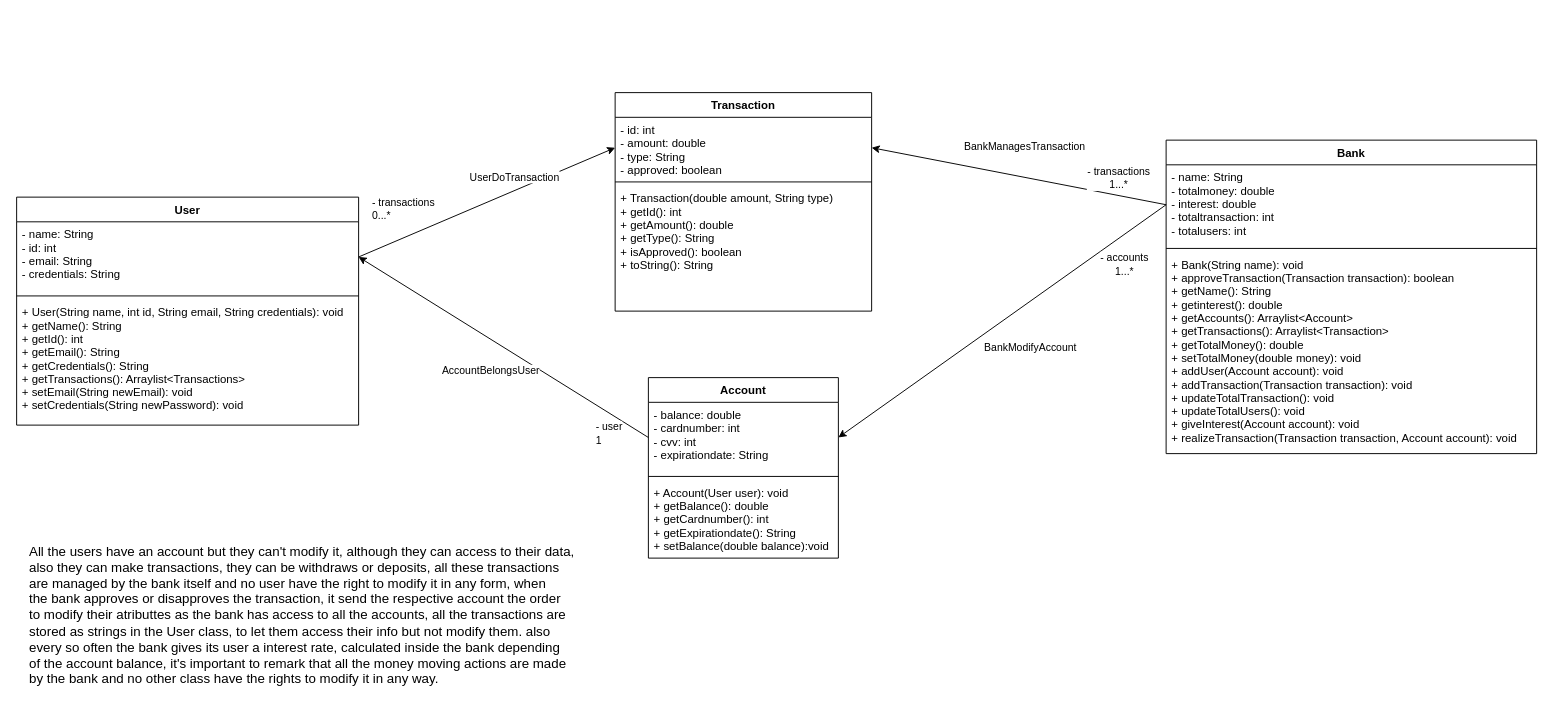
Earlier version of the draw.io diagram Week5/Quiz/Quiz4.drawio (Julian-Florez/OOP-Project). Source tidied: cells renumbered, new cells numbered last; positions are measured from the earlier drawing's top-left corner, leaving out a move shared by most shapes. Both pictures are drawn from the tidied source at 95%, with x=0, y=0 at pixel (16, 92).
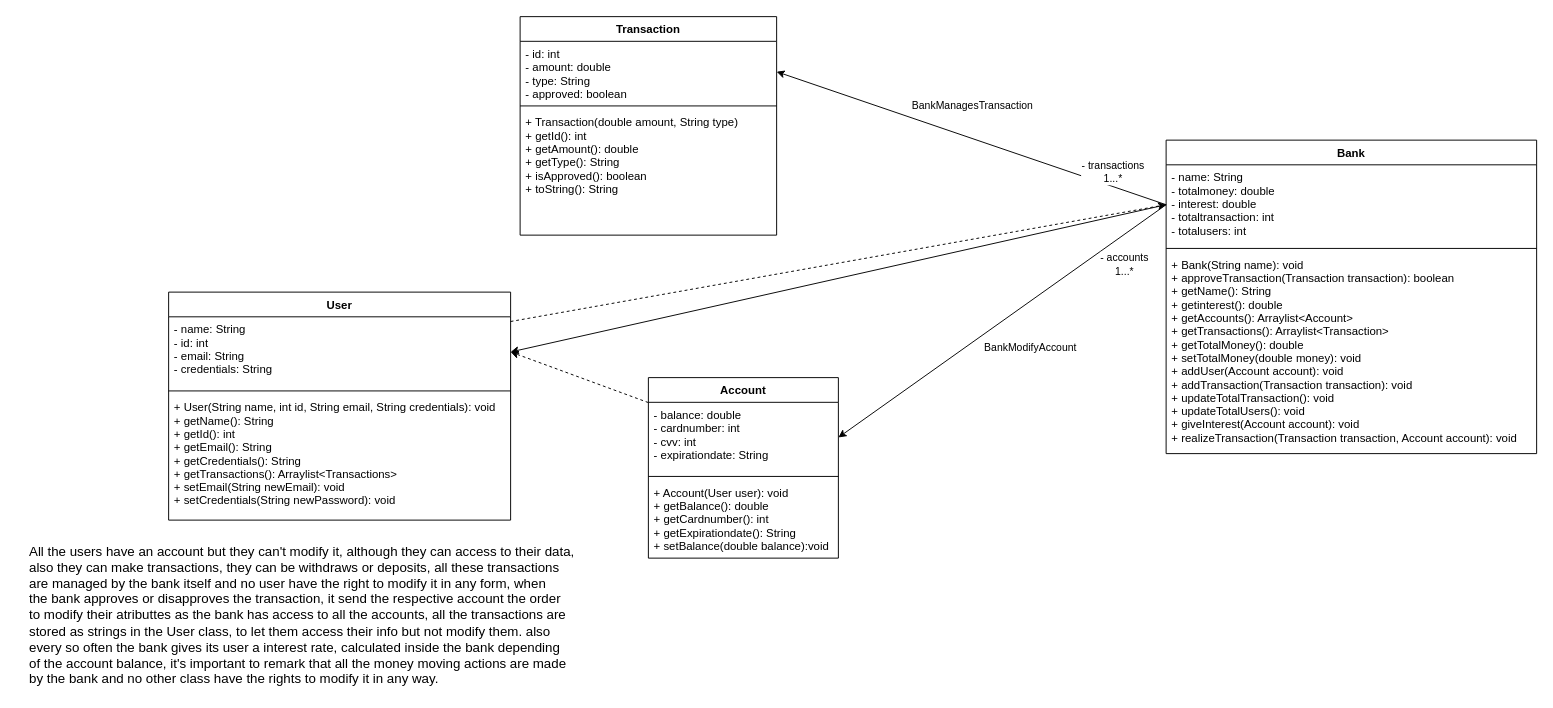
After the change.

Unchanged cells that the change refers to:
```xml
<mxCell id="3" value="- name: String&#10;- id: int&#10;- email: String&#10;- credentials: String" style="text;strokeColor=none;fillColor=none;align=left;verticalAlign=top;spacingLeft=4;spacingRight=4;overflow=hidden;points=[[0,0.5],[1,0.5]];portConstraint=eastwest;" parent="2" vertex="1">
  <mxGeometry y="26" width="360" height="74" as="geometry" />
</mxCell>
<mxCell id="7" value="- balance: double&#10;- cardnumber: int&#10;- cvv: int&#10;- expirationdate: String" style="text;strokeColor=none;fillColor=none;align=left;verticalAlign=top;spacingLeft=4;spacingRight=4;overflow=hidden;points=[[0,0.5],[1,0.5]];portConstraint=eastwest;" parent="6" vertex="1">
  <mxGeometry y="26" width="200" height="74" as="geometry" />
</mxCell>
<mxCell id="17" value="- name: String&#10;- totalmoney: double&#10;- interest: double&#10;- totaltransaction: int&#10;- totalusers: int" style="text;strokeColor=none;fillColor=none;align=left;verticalAlign=top;spacingLeft=4;spacingRight=4;overflow=hidden;points=[[0,0.5],[1,0.5]];portConstraint=eastwest;" parent="16" vertex="1">
  <mxGeometry y="26" width="390" height="84" as="geometry" />
</mxCell>
<mxCell id="21" value="- id: int&#10;- amount: double&#10;- type: String&#10;- approved: boolean" style="text;strokeColor=none;fillColor=none;align=left;verticalAlign=top;spacingLeft=4;spacingRight=4;overflow=hidden;points=[[0,0.5],[1,0.5]];portConstraint=eastwest;" parent="20" vertex="1">
  <mxGeometry y="26" width="270" height="64" as="geometry" />
</mxCell>
```

Diff of the diagram source:
```diff
@@
     <mxCell id="2" value="User" style="swimlane;fontStyle=1;align=center;verticalAlign=top;horizontal=1;startSize=26;" parent="1" vertex="1">
-      <mxGeometry y="110" width="360" height="240" as="geometry" />
+      <mxGeometry x="160" y="210" width="360" height="240" as="geometry" />
     </mxCell>
@@
     <mxCell id="20" value="Transaction" style="swimlane;fontStyle=1;align=center;verticalAlign=top;horizontal=1;startSize=26;" parent="1" vertex="1">
-      <mxGeometry x="630" width="270" height="230" as="geometry" />
+      <mxGeometry x="530" y="-80" width="270" height="230" as="geometry" />
     </mxCell>
@@
-    <mxCell id="24" style="edgeStyle=none;html=1;entryX=0;entryY=0.5;entryDx=0;entryDy=0;exitX=1;exitY=0.5;exitDx=0;exitDy=0;" parent="1" edge="1" source="3" target="21">
-      <mxGeometry relative="1" as="geometry" />
-    </mxCell>
-    <mxCell id="25" value="UserDoTransaction" style="edgeLabel;html=1;align=center;verticalAlign=middle;" parent="24" vertex="1">
-      <mxGeometry x="-0.15" relative="1" as="geometry">
-        <mxPoint x="48" y="-36" as="offset" />
-      </mxGeometry>
-    </mxCell>
-    <mxCell id="26" value="- transactions&lt;br&gt;&lt;div style=&quot;text-align: left;&quot;&gt;0...*&lt;/div&gt;" style="edgeLabel;html=1;align=center;verticalAlign=middle;" parent="24" vertex="1">
-      <mxGeometry x="-0.71" y="1" relative="1" as="geometry">
-        <mxPoint x="7" y="-33" as="offset" />
-      </mxGeometry>
-    </mxCell>
+    <mxCell id="30" value="&lt;div style=&quot;text-align: justify;&quot;&gt;&lt;span style=&quot;font-size: 14px; background-color: initial;&quot;&gt;All the users have an account but they can't modify it, although they can access to their data,&lt;/span&gt;&lt;/div&gt;&lt;font style=&quot;font-size: 14px;&quot;&gt;&lt;div style=&quot;text-align: justify;&quot;&gt;&lt;span style=&quot;background-color: initial;&quot;&gt;also they can make transactions, they can be withdraws or deposits, all these transactions&lt;/span&gt;&lt;/div&gt;&lt;div style=&quot;text-align: justify;&quot;&gt;&lt;span style=&quot;background-color: initial;&quot;&gt;are managed by the bank itself and no user have the right to modify it in any form, when&lt;/span&gt;&lt;/div&gt;&lt;div style=&quot;text-align: justify;&quot;&gt;&lt;span style=&quot;background-color: initial;&quot;&gt;the bank approves or disapproves the transaction, it send the respective account the order&lt;/span&gt;&lt;/div&gt;&lt;div style=&quot;text-align: justify;&quot;&gt;&lt;span style=&quot;background-color: initial;&quot;&gt;to modify their atributtes as the bank has access to all the accounts, all the transactions are&amp;nbsp;&lt;/span&gt;&lt;/div&gt;&lt;div style=&quot;text-align: justify;&quot;&gt;&lt;span style=&quot;background-color: initial;&quot;&gt;stored as strings in the User class, to let them access their info but not modify them. also&amp;nbsp;&lt;/span&gt;&lt;/div&gt;&lt;div style=&quot;text-align: justify;&quot;&gt;&lt;span style=&quot;background-color: initial;&quot;&gt;every so often&lt;/span&gt;&lt;span style=&quot;background-color: initial;&quot;&gt;&amp;nbsp;&lt;/span&gt;&lt;span style=&quot;background-color: initial;&quot;&gt;the bank gives its user a interest rate, calculated inside the bank depending&amp;nbsp;&lt;/span&gt;&lt;/div&gt;&lt;div style=&quot;text-align: justify;&quot;&gt;&lt;span style=&quot;background-color: initial;&quot;&gt;of the account&amp;nbsp;&lt;/span&gt;&lt;span style=&quot;background-color: initial;&quot;&gt;balance, it's important to remark that all the money moving actions are made&amp;nbsp;&lt;/span&gt;&lt;/div&gt;&lt;div style=&quot;text-align: justify;&quot;&gt;&lt;span style=&quot;background-color: initial;&quot;&gt;by the bank&amp;nbsp;&lt;/span&gt;&lt;span style=&quot;background-color: initial;&quot;&gt;and no other class have the rights to modify it in any way.&lt;/span&gt;&lt;/div&gt;&lt;/font&gt;" style="text;html=1;align=center;verticalAlign=middle;strokeColor=none;fillColor=none;" parent="1" vertex="1">
+      <mxGeometry y="470" width="600" height="160" as="geometry" />
+    </mxCell>
+    <mxCell id="31" style="edgeStyle=none;html=1;dashed=1;entryX=0;entryY=0.5;entryDx=0;entryDy=0;" parent="1" edge="1" source="3" target="17">
+      <mxGeometry relative="1" as="geometry" />
+    </mxCell>
+    <mxCell id="32" style="edgeStyle=none;html=1;entryX=1;entryY=0.5;entryDx=0;entryDy=0;exitX=0;exitY=0.5;exitDx=0;exitDy=0;" parent="1" edge="1" source="17" target="3">
+      <mxGeometry relative="1" as="geometry" />
+    </mxCell>
-    <mxCell id="27" style="edgeStyle=none;html=1;entryX=1;entryY=0.5;entryDx=0;entryDy=0;exitX=0;exitY=0.5;exitDx=0;exitDy=0;" parent="1" edge="1" source="7" target="3">
+    <mxCell id="27" style="edgeStyle=none;html=1;entryX=1;entryY=0.5;entryDx=0;entryDy=0;dashed=1;" parent="1" edge="1" source="7" target="3">
       <mxGeometry relative="1" as="geometry" />
     </mxCell>
-    <mxCell id="28" value="AccountBelongsUser" style="edgeLabel;html=1;align=center;verticalAlign=middle;" parent="27" vertex="1">
-      <mxGeometry y="2" relative="1" as="geometry">
-        <mxPoint x="-13" y="23" as="offset" />
-      </mxGeometry>
-    </mxCell>
-    <mxCell id="29" value="- user&lt;br&gt;1" style="edgeLabel;html=1;align=left;verticalAlign=middle;" parent="27" vertex="1">
-      <mxGeometry x="-0.79" y="-1" relative="1" as="geometry">
-        <mxPoint x="-25" y="16" as="offset" />
-      </mxGeometry>
-    </mxCell>
-    <mxCell id="30" value="&lt;div style=&quot;text-align: justify;&quot;&gt;&lt;span style=&quot;font-size: 14px; background-color: initial;&quot;&gt;All the users have an account but they can't modify it, although they can access to their data,&lt;/span&gt;&lt;/div&gt;&lt;font style=&quot;font-size: 14px;&quot;&gt;&lt;div style=&quot;text-align: justify;&quot;&gt;&lt;span style=&quot;background-color: initial;&quot;&gt;also they can make transactions, they can be withdraws or deposits, all these transactions&lt;/span&gt;&lt;/div&gt;&lt;div style=&quot;text-align: justify;&quot;&gt;&lt;span style=&quot;background-color: initial;&quot;&gt;are managed by the bank itself and no user have the right to modify it in any form, when&lt;/span&gt;&lt;/div&gt;&lt;div style=&quot;text-align: justify;&quot;&gt;&lt;span style=&quot;background-color: initial;&quot;&gt;the bank approves or disapproves the transaction, it send the respective account the order&lt;/span&gt;&lt;/div&gt;&lt;div style=&quot;text-align: justify;&quot;&gt;&lt;span style=&quot;background-color: initial;&quot;&gt;to modify their atributtes as the bank has access to all the accounts, all the transactions are&amp;nbsp;&lt;/span&gt;&lt;/div&gt;&lt;div style=&quot;text-align: justify;&quot;&gt;&lt;span style=&quot;background-color: initial;&quot;&gt;stored as strings in the User class, to let them access their info but not modify them. also&amp;nbsp;&lt;/span&gt;&lt;/div&gt;&lt;div style=&quot;text-align: justify;&quot;&gt;&lt;span style=&quot;background-color: initial;&quot;&gt;every so often&lt;/span&gt;&lt;span style=&quot;background-color: initial;&quot;&gt;&amp;nbsp;&lt;/span&gt;&lt;span style=&quot;background-color: initial;&quot;&gt;the bank gives its user a interest rate, calculated inside the bank depending&amp;nbsp;&lt;/span&gt;&lt;/div&gt;&lt;div style=&quot;text-align: justify;&quot;&gt;&lt;span style=&quot;background-color: initial;&quot;&gt;of the account&amp;nbsp;&lt;/span&gt;&lt;span style=&quot;background-color: initial;&quot;&gt;balance, it's important to remark that all the money moving actions are made&amp;nbsp;&lt;/span&gt;&lt;/div&gt;&lt;div style=&quot;text-align: justify;&quot;&gt;&lt;span style=&quot;background-color: initial;&quot;&gt;by the bank&amp;nbsp;&lt;/span&gt;&lt;span style=&quot;background-color: initial;&quot;&gt;and no other class have the rights to modify it in any way.&lt;/span&gt;&lt;/div&gt;&lt;/font&gt;" style="text;html=1;align=center;verticalAlign=middle;strokeColor=none;fillColor=none;" parent="1" vertex="1">
-      <mxGeometry y="470" width="600" height="160" as="geometry" />
-    </mxCell>
```
